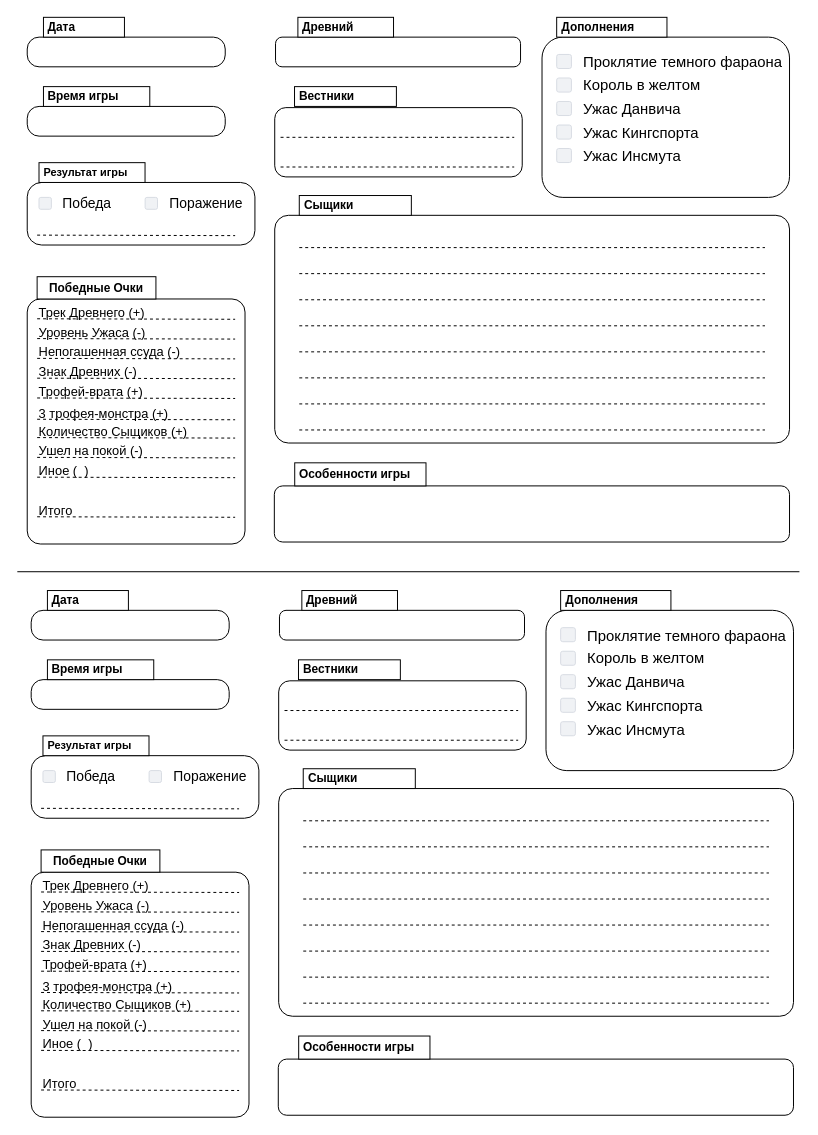
amatskevich/drawio_arkham keeps this draw.io diagram as Arkham_Horror_A4.drawio. Above is the earlier version. Source tidied: cells renumbered, new cells numbered last; positions are measured from the earlier drawing's top-left corner, leaving out a move shared by most shapes. Both pictures are drawn from the tidied source at 99%, with x=0, y=0 at pixel (17, 17).
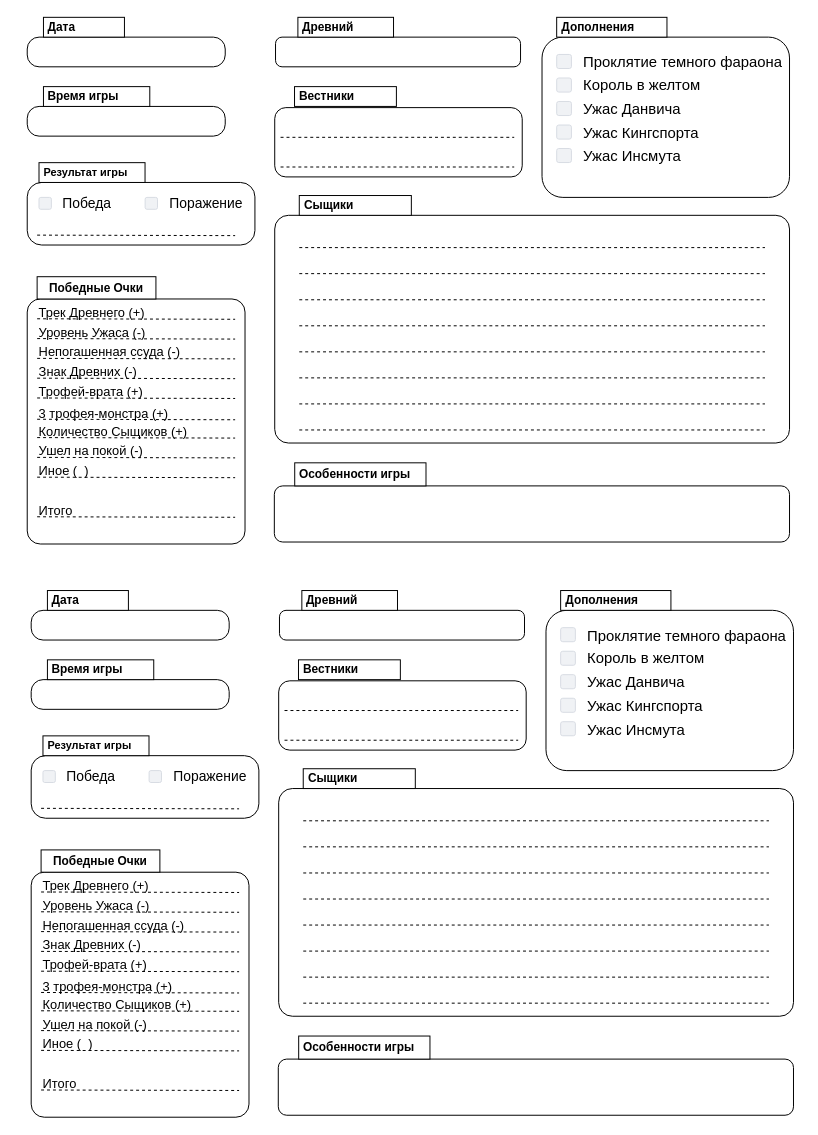
After the change.

The edit, as a diff of the source:
```diff
@@
-    <mxCell id="150" style="endArrow=none;html=1;rounded=0;startSize=6;" parent="1" edge="1">
-      <mxGeometry relative="1" as="geometry">
-        <mxPoint y="560" as="sourcePoint" />
-        <mxPoint x="790" y="560" as="targetPoint" />
-      </mxGeometry>
-    </mxCell>
```
